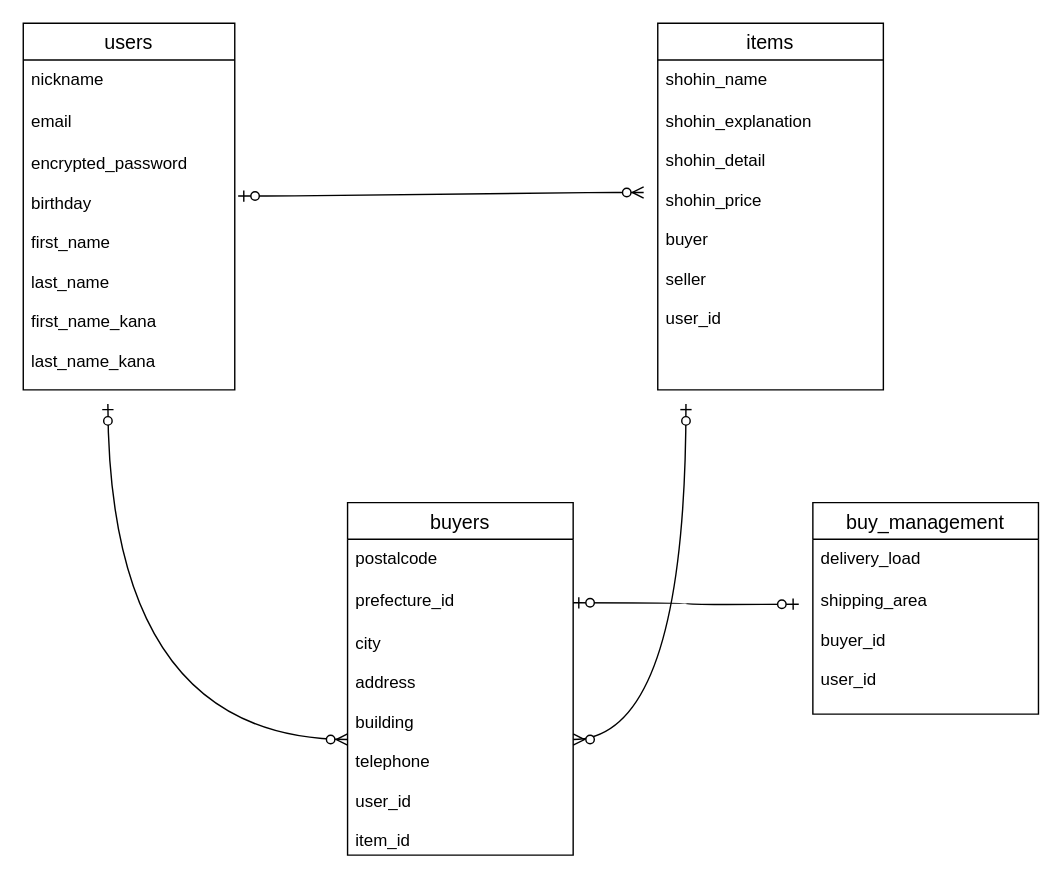
The draw.io diagram furima.dio in shota-nakamoto/furima-36234, before the edit. Source tidied: cells renumbered, new cells numbered last; positions are measured from the earlier drawing's top-left corner, leaving out a move shared by most shapes. Both pictures are drawn from the tidied source at 141%, with x=0, y=0 at pixel (23, 23).
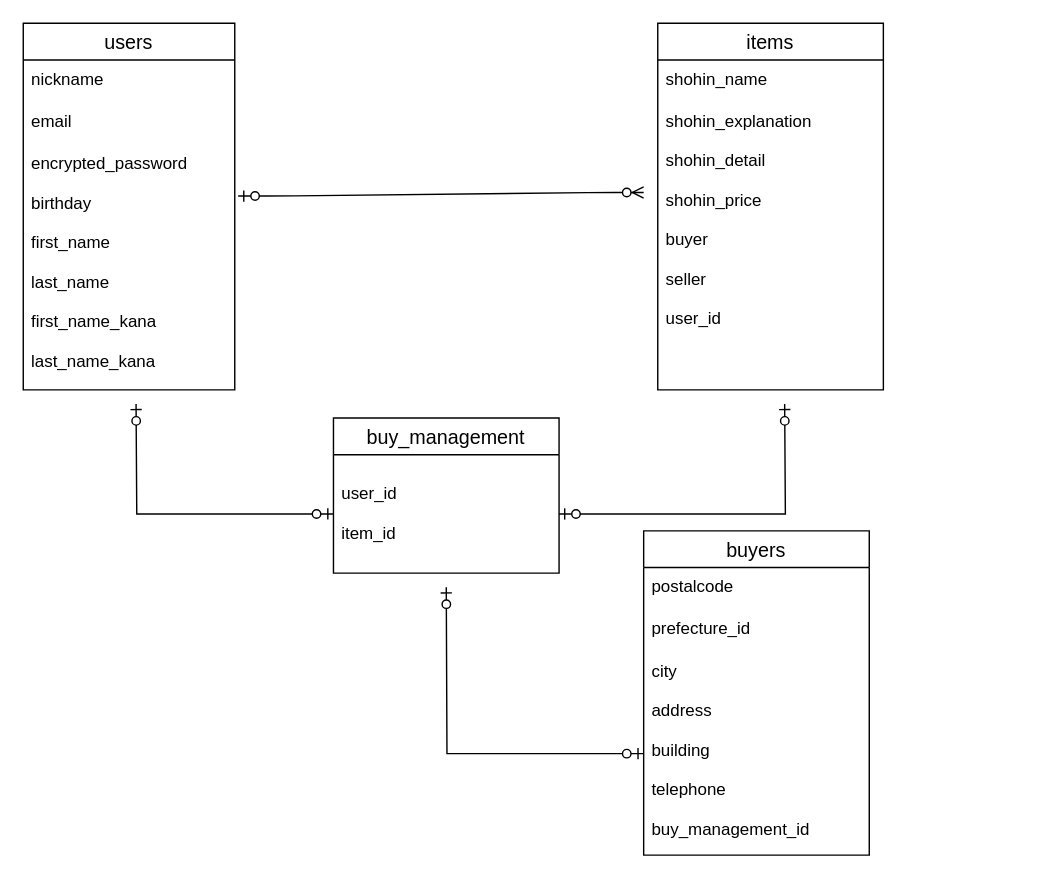
The same page after the edit.

Unchanged cells that the change refers to:
```xml
<mxCell id="11" value="prefecture_id&#10;&#10;" style="text;strokeColor=none;fillColor=none;spacingLeft=4;spacingRight=4;overflow=hidden;points=[[0,0.5],[1,0.5]];portConstraint=eastwest;fontSize=12;" parent="9" vertex="1">
  <mxGeometry y="56" width="160" height="30" as="geometry" />
</mxCell>
```

What changed in the source:
```diff
@@
     <mxCell id="9" value="buyers" style="swimlane;fontStyle=0;horizontal=1;startSize=26;align=center;fontSize=14;" parent="1" vertex="1">
-      <mxGeometry x="230" y="340" width="160" height="250" as="geometry" />
+      <mxGeometry x="440" y="360" width="160" height="230" as="geometry" />
     </mxCell>
@@
-    <mxCell id="12" value="city&#10;&#10;address&#10;&#10;building&#10;&#10;telephone&#10;&#10;user_id&#10;&#10;item_id" style="text;strokeColor=none;fillColor=none;spacingLeft=4;spacingRight=4;overflow=hidden;points=[[0,0.5],[1,0.5]];portConstraint=eastwest;fontSize=12;" parent="9" vertex="1">
-      <mxGeometry y="86" width="160" height="164" as="geometry" />
+    <mxCell id="12" value="city&#10;&#10;address&#10;&#10;building&#10;&#10;telephone&#10;&#10;buy_management_id" style="text;strokeColor=none;fillColor=none;spacingLeft=4;spacingRight=4;overflow=hidden;points=[[0,0.5],[1,0.5]];portConstraint=eastwest;fontSize=12;" parent="9" vertex="1">
+      <mxGeometry y="86" width="160" height="144" as="geometry" />
     </mxCell>
     <mxCell id="13" value="buy_management" style="swimlane;fontStyle=0;horizontal=1;startSize=26;align=center;fontSize=14;" parent="1" vertex="1">
-      <mxGeometry x="560" y="340" width="160" height="150" as="geometry" />
+      <mxGeometry x="220" y="280" width="160" height="110" as="geometry" />
     </mxCell>
-    <mxCell id="14" value="delivery_load&#10;" style="text;strokeColor=none;fillColor=none;spacingLeft=4;spacingRight=4;overflow=hidden;fontSize=12;" parent="13" vertex="1">
-      <mxGeometry y="26" width="160" height="30" as="geometry" />
-    </mxCell>
-    <mxCell id="15" value="shipping_area&#10;&#10;buyer_id&#10;&#10;user_id" style="text;strokeColor=none;fillColor=none;spacingLeft=4;spacingRight=4;overflow=hidden;points=[[0,0.5],[1,0.5]];portConstraint=eastwest;fontSize=12;" parent="13" vertex="1">
-      <mxGeometry y="56" width="160" height="94" as="geometry" />
+    <mxCell id="15" value="&#10;user_id&#10;&#10;item_id" style="text;strokeColor=none;fillColor=none;spacingLeft=4;spacingRight=4;overflow=hidden;points=[[0,0.5],[1,0.5]];portConstraint=eastwest;fontSize=12;" parent="13" vertex="1">
+      <mxGeometry y="26" width="160" height="84" as="geometry" />
     </mxCell>
@@
-    <mxCell id="17" style="edgeStyle=orthogonalEdgeStyle;curved=1;rounded=0;jettySize=auto;html=1;exitX=1;exitY=0.5;exitDx=0;exitDy=0;startArrow=ERzeroToMany;startFill=1;endArrow=ERzeroToOne;endFill=1;" parent="1" edge="1" source="12">
-      <mxGeometry relative="1" as="geometry">
-        <mxPoint x="470" y="270" as="targetPoint" />
-        <Array as="points">
-          <mxPoint x="470" y="508" />
-        </Array>
-      </mxGeometry>
-    </mxCell>
-    <mxCell id="18" style="edgeStyle=orthogonalEdgeStyle;curved=1;rounded=0;jettySize=auto;html=1;exitX=0;exitY=0.5;exitDx=0;exitDy=0;startArrow=ERzeroToMany;startFill=1;endArrow=ERzeroToOne;endFill=1;" parent="1" edge="1" source="12">
-      <mxGeometry relative="1" as="geometry">
-        <mxPoint x="60" y="270" as="targetPoint" />
-      </mxGeometry>
-    </mxCell>
-    <mxCell id="19" style="edgeStyle=orthogonalEdgeStyle;curved=1;rounded=0;jettySize=auto;html=1;exitX=1;exitY=0.5;exitDx=0;exitDy=0;startArrow=ERzeroToOne;startFill=1;endArrow=ERzeroToOne;endFill=1;" parent="1" edge="1" source="11">
-      <mxGeometry relative="1" as="geometry">
-        <mxPoint x="550" y="412" as="targetPoint" />
-      </mxGeometry>
-    </mxCell>
+    <mxCell id="20" style="edgeStyle=orthogonalEdgeStyle;rounded=0;jettySize=auto;html=1;exitX=0;exitY=0.5;exitDx=0;exitDy=0;startArrow=ERzeroToOne;startFill=1;endArrow=ERzeroToOne;endFill=1;" parent="1" edge="1" source="15">
+      <mxGeometry relative="1" as="geometry">
+        <mxPoint x="80" y="270" as="targetPoint" />
+      </mxGeometry>
+    </mxCell>
+    <mxCell id="21" style="edgeStyle=orthogonalEdgeStyle;rounded=0;jettySize=auto;html=1;exitX=1;exitY=0.5;exitDx=0;exitDy=0;startArrow=ERzeroToOne;startFill=1;endArrow=ERzeroToOne;endFill=1;" parent="1" edge="1" source="15">
+      <mxGeometry relative="1" as="geometry">
+        <mxPoint x="540" y="270" as="targetPoint" />
+      </mxGeometry>
+    </mxCell>
+    <mxCell id="22" style="edgeStyle=orthogonalEdgeStyle;rounded=0;jettySize=auto;html=1;exitX=0;exitY=0.5;exitDx=0;exitDy=0;startArrow=ERzeroToOne;startFill=1;endArrow=ERzeroToOne;endFill=1;" parent="1" edge="1" source="12">
+      <mxGeometry relative="1" as="geometry">
+        <mxPoint x="300" y="400" as="targetPoint" />
+      </mxGeometry>
+    </mxCell>
```
